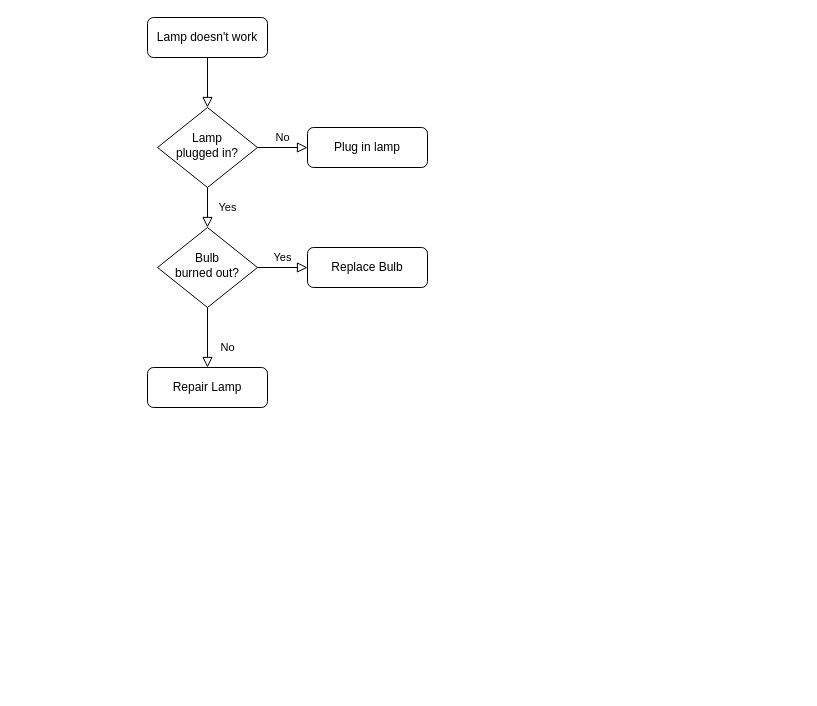
Above: Untitled Diagram.drawio in rinkalnn/Mytest (draw.io), before the change. Source tidied: cells renumbered, new cells numbered last; positions are measured from the earlier drawing's top-left corner, leaving out a move shared by most shapes. Both pictures are drawn from the tidied source at 100%, with x=0, y=0 at pixel (147, 17).
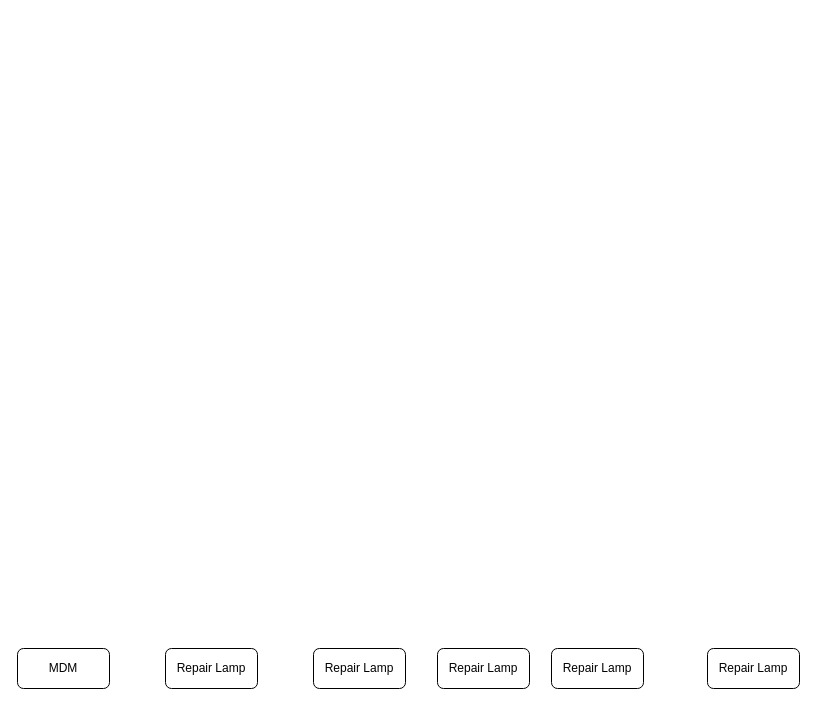
Above is the later version.

Diff of the diagram source:
```diff
@@
 <mxGraphModel>
   <root>
     <mxCell id="0" />
     <mxCell id="1" parent="0" />
-    <mxCell id="2" style="rounded=0;html=1;jettySize=auto;fontSize=11;endArrow=block;endFill=0;endSize=8;strokeWidth=1;shadow=0;labelBackgroundColor=none;edgeStyle=orthogonalEdgeStyle;" parent="1" edge="1" source="3" target="6">
-      <mxGeometry relative="1" as="geometry" />
-    </mxCell>
-    <mxCell id="3" value="Lamp doesn't work" style="rounded=1;whiteSpace=wrap;html=1;fontSize=12;glass=0;strokeWidth=1;shadow=0;" parent="1" vertex="1">
-      <mxGeometry width="120" height="40" as="geometry" />
-    </mxCell>
-    <mxCell id="4" value="Yes" style="rounded=0;html=1;jettySize=auto;fontSize=11;endArrow=block;endFill=0;endSize=8;strokeWidth=1;shadow=0;labelBackgroundColor=none;edgeStyle=orthogonalEdgeStyle;" parent="1" edge="1" source="6" target="10">
-      <mxGeometry y="20" relative="1" as="geometry" />
-    </mxCell>
-    <mxCell id="5" value="No" style="edgeStyle=orthogonalEdgeStyle;rounded=0;html=1;jettySize=auto;fontSize=11;endArrow=block;endFill=0;endSize=8;strokeWidth=1;shadow=0;labelBackgroundColor=none;" parent="1" edge="1" source="6" target="7">
-      <mxGeometry y="10" relative="1" as="geometry" />
-    </mxCell>
-    <mxCell id="6" value="Lamp&lt;br&gt;plugged in?" style="rhombus;whiteSpace=wrap;html=1;shadow=0;fontFamily=Helvetica;fontSize=12;align=center;strokeWidth=1;spacing=6;spacingTop=-4;" parent="1" vertex="1">
-      <mxGeometry x="10" y="90" width="100" height="80" as="geometry" />
-    </mxCell>
-    <mxCell id="7" value="Plug in lamp" style="rounded=1;whiteSpace=wrap;html=1;fontSize=12;glass=0;strokeWidth=1;shadow=0;" parent="1" vertex="1">
-      <mxGeometry x="160" y="110" width="120" height="40" as="geometry" />
-    </mxCell>
-    <mxCell id="8" value="No" style="rounded=0;html=1;jettySize=auto;fontSize=11;endArrow=block;endFill=0;endSize=8;strokeWidth=1;shadow=0;labelBackgroundColor=none;edgeStyle=orthogonalEdgeStyle;" parent="1" edge="1" source="10" target="11">
-      <mxGeometry x="0.33" y="20" relative="1" as="geometry" />
-    </mxCell>
-    <mxCell id="9" value="Yes" style="edgeStyle=orthogonalEdgeStyle;rounded=0;html=1;jettySize=auto;fontSize=11;endArrow=block;endFill=0;endSize=8;strokeWidth=1;shadow=0;labelBackgroundColor=none;" parent="1" edge="1" source="10" target="12">
-      <mxGeometry y="10" relative="1" as="geometry" />
-    </mxCell>
-    <mxCell id="10" value="Bulb&lt;br&gt;burned out?" style="rhombus;whiteSpace=wrap;html=1;shadow=0;fontFamily=Helvetica;fontSize=12;align=center;strokeWidth=1;spacing=6;spacingTop=-4;" parent="1" vertex="1">
-      <mxGeometry x="10" y="210" width="100" height="80" as="geometry" />
-    </mxCell>
-    <mxCell id="11" value="Repair Lamp" style="rounded=1;whiteSpace=wrap;html=1;fontSize=12;glass=0;strokeWidth=1;shadow=0;" parent="1" vertex="1">
-      <mxGeometry y="350" width="120" height="40" as="geometry" />
-    </mxCell>
-    <mxCell id="12" value="Replace Bulb" style="rounded=1;whiteSpace=wrap;html=1;fontSize=12;glass=0;strokeWidth=1;shadow=0;" parent="1" vertex="1">
-      <mxGeometry x="160" y="230" width="120" height="40" as="geometry" />
-    </mxCell>
+    <mxCell id="13" value="&lt;font face=&quot;Myriad Pro&quot;&gt;MDM&lt;/font&gt;" style="rounded=1;whiteSpace=wrap;html=1;fontSize=12;glass=0;strokeWidth=1;shadow=0;" parent="1" vertex="1">
+      <mxGeometry x="-130" y="631" width="92" height="40" as="geometry" />
+    </mxCell>
+    <mxCell id="14" value="Repair Lamp" style="rounded=1;whiteSpace=wrap;html=1;fontSize=12;glass=0;strokeWidth=1;shadow=0;" parent="1" vertex="1">
+      <mxGeometry x="18" y="631" width="92" height="40" as="geometry" />
+    </mxCell>
+    <mxCell id="15" value="Repair Lamp" style="rounded=1;whiteSpace=wrap;html=1;fontSize=12;glass=0;strokeWidth=1;shadow=0;" parent="1" vertex="1">
+      <mxGeometry x="166" y="631" width="92" height="40" as="geometry" />
+    </mxCell>
+    <mxCell id="16" value="Repair Lamp" style="rounded=1;whiteSpace=wrap;html=1;fontSize=12;glass=0;strokeWidth=1;shadow=0;" parent="1" vertex="1">
+      <mxGeometry x="290" y="631" width="92" height="40" as="geometry" />
+    </mxCell>
+    <mxCell id="17" value="Repair Lamp" style="rounded=1;whiteSpace=wrap;html=1;fontSize=12;glass=0;strokeWidth=1;shadow=0;" parent="1" vertex="1">
+      <mxGeometry x="404" y="631" width="92" height="40" as="geometry" />
+    </mxCell>
+    <mxCell id="18" value="Repair Lamp" style="rounded=1;whiteSpace=wrap;html=1;fontSize=12;glass=0;strokeWidth=1;shadow=0;" parent="1" vertex="1">
+      <mxGeometry x="560" y="631" width="92" height="40" as="geometry" />
+    </mxCell>
   </root>
 </mxGraphModel>
```
